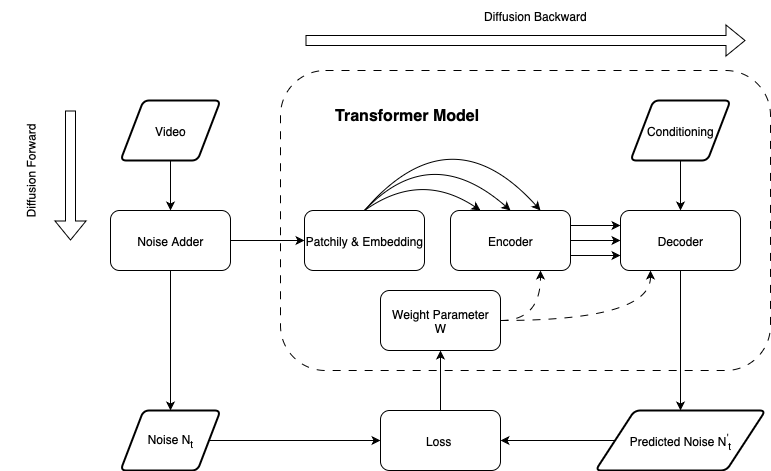
Earlier version of the draw.io export Assignments/Assignment_2/Images/Video_Generator.drawio.png (yzmyyds/NTU_EE6222). Source tidied: cells renumbered, new cells last; positions are measured from the earlier drawing's top-left corner, leaving out a move shared by most shapes. Source of this version:
```xml
<mxGraphModel>
  <root>
    <mxCell id="0" />
    <mxCell id="1" parent="0" />
    <mxCell id="2" style="rounded=1;whiteSpace=wrap;html=1;dashed=1;dashPattern=8 8;fillColor=none;" parent="1" vertex="1">
      <mxGeometry x="280" y="70" width="490" height="300" as="geometry" />
    </mxCell>
    <mxCell id="3" value="Patchily &amp;amp; Embedding" style="rounded=1;whiteSpace=wrap;html=1;" parent="1" vertex="1">
      <mxGeometry x="304" y="210" width="120" height="60" as="geometry" />
    </mxCell>
    <mxCell id="4" style="edgeStyle=orthogonalEdgeStyle;rounded=0;jettySize=auto;html=1;" parent="1" edge="1" source="5" target="8">
      <mxGeometry relative="1" as="geometry" />
    </mxCell>
    <mxCell id="5" value="Video" style="shape=parallelogram;html=1;strokeWidth=2;perimeter=parallelogramPerimeter;whiteSpace=wrap;rounded=1;arcSize=12;size=0.23;" parent="1" vertex="1">
      <mxGeometry x="120" y="100" width="100" height="60" as="geometry" />
    </mxCell>
    <mxCell id="6" style="edgeStyle=orthogonalEdgeStyle;rounded=0;jettySize=auto;html=1;" parent="1" edge="1" source="8" target="13">
      <mxGeometry relative="1" as="geometry" />
    </mxCell>
    <mxCell id="7" style="edgeStyle=entityRelationEdgeStyle;rounded=0;jettySize=auto;html=1;entryX=0;entryY=0.5;entryDx=0;entryDy=0;" parent="1" edge="1" source="8" target="3">
      <mxGeometry relative="1" as="geometry" />
    </mxCell>
    <mxCell id="8" value="Noise Adder" style="rounded=1;whiteSpace=wrap;html=1;" parent="1" vertex="1">
      <mxGeometry x="110" y="210" width="120" height="60" as="geometry" />
    </mxCell>
    <mxCell id="9" value="Encoder" style="rounded=1;whiteSpace=wrap;html=1;" parent="1" vertex="1">
      <mxGeometry x="450" y="210" width="120" height="60" as="geometry" />
    </mxCell>
    <mxCell id="10" style="edgeStyle=orthogonalEdgeStyle;rounded=0;jettySize=auto;html=1;" parent="1" edge="1" source="11" target="15">
      <mxGeometry relative="1" as="geometry" />
    </mxCell>
    <mxCell id="11" value="Decoder" style="rounded=1;whiteSpace=wrap;html=1;" parent="1" vertex="1">
      <mxGeometry x="620" y="210" width="120" height="60" as="geometry" />
    </mxCell>
    <mxCell id="12" style="edgeStyle=entityRelationEdgeStyle;rounded=0;jettySize=auto;html=1;entryX=0;entryY=0.5;entryDx=0;entryDy=0;" parent="1" edge="1" source="13" target="25">
      <mxGeometry relative="1" as="geometry" />
    </mxCell>
    <mxCell id="13" value="Noise N&lt;sub&gt;t&lt;/sub&gt;" style="shape=parallelogram;html=1;strokeWidth=2;perimeter=parallelogramPerimeter;whiteSpace=wrap;rounded=1;arcSize=12;size=0.23;" parent="1" vertex="1">
      <mxGeometry x="120" y="410" width="100" height="60" as="geometry" />
    </mxCell>
    <mxCell id="14" style="edgeStyle=entityRelationEdgeStyle;rounded=0;jettySize=auto;html=1;entryX=1;entryY=0.5;entryDx=0;entryDy=0;" parent="1" edge="1" source="15" target="25">
      <mxGeometry relative="1" as="geometry" />
    </mxCell>
    <mxCell id="15" value="Predicted Noise N&lt;sup&gt;'&lt;/sup&gt;&lt;sub&gt;t&lt;/sub&gt;" style="shape=parallelogram;html=1;strokeWidth=2;perimeter=parallelogramPerimeter;whiteSpace=wrap;rounded=1;arcSize=12;size=0.23;" parent="1" vertex="1">
      <mxGeometry x="595" y="410" width="170" height="60" as="geometry" />
    </mxCell>
    <mxCell id="16" style="curved=1;endArrow=classic;html=1;rounded=0;exitX=0.5;exitY=0;exitDx=0;exitDy=0;entryX=0.25;entryY=0;entryDx=0;entryDy=0;" parent="1" edge="1" source="3" target="9">
      <mxGeometry relative="1" as="geometry">
        <Array as="points">
          <mxPoint x="420" y="170" />
        </Array>
      </mxGeometry>
    </mxCell>
    <mxCell id="17" style="curved=1;endArrow=classic;html=1;rounded=0;exitX=0.5;exitY=0;exitDx=0;exitDy=0;entryX=0.5;entryY=0;entryDx=0;entryDy=0;" parent="1" edge="1" source="3" target="9">
      <mxGeometry relative="1" as="geometry">
        <Array as="points">
          <mxPoint x="430" y="140" />
        </Array>
      </mxGeometry>
    </mxCell>
    <mxCell id="18" style="curved=1;endArrow=classic;html=1;rounded=0;exitX=0.5;exitY=0;exitDx=0;exitDy=0;entryX=0.75;entryY=0;entryDx=0;entryDy=0;" parent="1" edge="1" source="3" target="9">
      <mxGeometry relative="1" as="geometry">
        <Array as="points">
          <mxPoint x="450" y="110" />
        </Array>
      </mxGeometry>
    </mxCell>
    <mxCell id="19" style="endArrow=classic;html=1;rounded=0;exitX=1;exitY=0.25;exitDx=0;exitDy=0;entryX=0;entryY=0.25;entryDx=0;entryDy=0;" parent="1" edge="1" source="9" target="11">
      <mxGeometry relative="1" as="geometry" />
    </mxCell>
    <mxCell id="20" style="endArrow=classic;html=1;rounded=0;exitX=1;exitY=0.5;exitDx=0;exitDy=0;entryX=0;entryY=0.5;entryDx=0;entryDy=0;" parent="1" edge="1" source="9" target="11">
      <mxGeometry relative="1" as="geometry" />
    </mxCell>
    <mxCell id="21" style="endArrow=classic;html=1;rounded=0;exitX=1;exitY=0.75;exitDx=0;exitDy=0;entryX=0;entryY=0.75;entryDx=0;entryDy=0;" parent="1" edge="1" source="9" target="11">
      <mxGeometry relative="1" as="geometry" />
    </mxCell>
    <mxCell id="22" style="edgeStyle=orthogonalEdgeStyle;rounded=0;jettySize=auto;html=1;" parent="1" edge="1" source="23" target="11">
      <mxGeometry relative="1" as="geometry" />
    </mxCell>
    <mxCell id="23" value="Conditioning" style="shape=parallelogram;html=1;strokeWidth=2;perimeter=parallelogramPerimeter;whiteSpace=wrap;rounded=1;arcSize=12;size=0.23;" parent="1" vertex="1">
      <mxGeometry x="630" y="100" width="100" height="60" as="geometry" />
    </mxCell>
    <mxCell id="24" style="edgeStyle=none;rounded=0;jettySize=auto;html=1;exitX=0.5;exitY=0;exitDx=0;exitDy=0;entryX=0.5;entryY=1;entryDx=0;entryDy=0;" parent="1" edge="1" source="25" target="29">
      <mxGeometry relative="1" as="geometry" />
    </mxCell>
    <mxCell id="25" value="Loss&amp;nbsp;" style="rounded=1;whiteSpace=wrap;html=1;" parent="1" vertex="1">
      <mxGeometry x="380" y="410" width="120" height="60" as="geometry" />
    </mxCell>
    <mxCell id="26" value="&lt;font style=&quot;font-size: 16px;&quot;&gt;&lt;b&gt;Transformer Model&amp;nbsp;&lt;/b&gt;&lt;/font&gt;" style="text;html=1;align=center;verticalAlign=middle;whiteSpace=wrap;rounded=0;" parent="1" vertex="1">
      <mxGeometry x="304" y="100" width="210" height="30" as="geometry" />
    </mxCell>
    <mxCell id="27" style="edgeStyle=orthogonalEdgeStyle;curved=1;rounded=0;jettySize=auto;html=1;exitX=1;exitY=0.5;exitDx=0;exitDy=0;entryX=0.75;entryY=1;entryDx=0;entryDy=0;dashed=1;dashPattern=8 8;" parent="1" edge="1" source="29" target="9">
      <mxGeometry relative="1" as="geometry" />
    </mxCell>
    <mxCell id="28" style="edgeStyle=orthogonalEdgeStyle;curved=1;rounded=0;jettySize=auto;html=1;exitX=1;exitY=0.5;exitDx=0;exitDy=0;entryX=0.25;entryY=1;entryDx=0;entryDy=0;dashed=1;dashPattern=8 8;" parent="1" edge="1" source="29" target="11">
      <mxGeometry relative="1" as="geometry" />
    </mxCell>
    <mxCell id="29" value="Weight Parameter&lt;div&gt;W&lt;/div&gt;" style="rounded=1;whiteSpace=wrap;html=1;" parent="1" vertex="1">
      <mxGeometry x="380" y="290" width="120" height="60" as="geometry" />
    </mxCell>
    <mxCell id="30" style="shape=flexArrow;endArrow=classic;html=1;rounded=0;" parent="1" edge="1">
      <mxGeometry relative="1" as="geometry">
        <mxPoint x="70" y="110" as="sourcePoint" />
        <mxPoint x="70" y="240" as="targetPoint" />
      </mxGeometry>
    </mxCell>
    <mxCell id="31" style="shape=flexArrow;endArrow=classic;html=1;rounded=0;" parent="1" edge="1">
      <mxGeometry relative="1" as="geometry">
        <mxPoint x="305" y="40" as="sourcePoint" />
        <mxPoint x="745" y="40" as="targetPoint" />
      </mxGeometry>
    </mxCell>
    <mxCell id="32" value="Diffusion Backward" style="text;html=1;align=center;verticalAlign=middle;whiteSpace=wrap;rounded=0;" parent="1" vertex="1">
      <mxGeometry x="470" width="130" height="30" as="geometry" />
    </mxCell>
    <mxCell id="33" value="Diffusion Forward" style="text;html=1;align=center;verticalAlign=middle;whiteSpace=wrap;rounded=0;horizontal=0;" parent="1" vertex="1">
      <mxGeometry y="100" width="60" height="140" as="geometry" />
    </mxCell>
  </root>
</mxGraphModel>
```
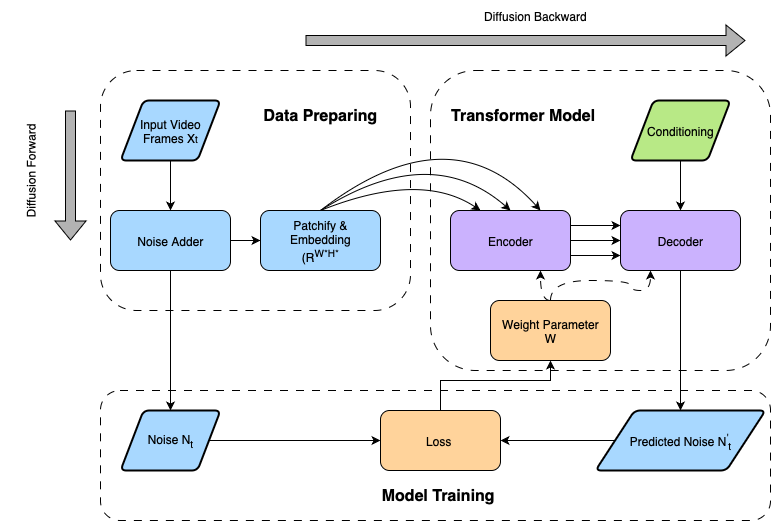
After the change.

Change to the diagram source:
```diff
@@ -2,16 +2,22 @@
   <root>
     <mxCell id="0" />
     <mxCell id="1" parent="0" />
+    <mxCell id="34" style="rounded=1;whiteSpace=wrap;html=1;dashed=1;dashPattern=8 8;fillColor=none;" parent="1" vertex="1">
+      <mxGeometry x="100" y="390" width="670" height="130" as="geometry" />
+    </mxCell>
+    <mxCell id="35" style="rounded=1;whiteSpace=wrap;html=1;labelBackgroundColor=none;fillColor=none;dashed=1;dashPattern=8 8;" parent="1" vertex="1">
+      <mxGeometry x="100" y="70" width="310" height="240" as="geometry" />
+    </mxCell>
     <mxCell id="2" style="rounded=1;whiteSpace=wrap;html=1;dashed=1;dashPattern=8 8;fillColor=none;" parent="1" vertex="1">
-      <mxGeometry x="280" y="70" width="490" height="300" as="geometry" />
+      <mxGeometry x="430" y="70" width="340" height="300" as="geometry" />
     </mxCell>
-    <mxCell id="3" value="Patchily &amp;amp; Embedding" style="rounded=1;whiteSpace=wrap;html=1;" parent="1" vertex="1">
-      <mxGeometry x="304" y="210" width="120" height="60" as="geometry" />
+    <mxCell id="3" value="Patchify &amp;amp; Embedding&lt;div&gt;(R&lt;sup&gt;W*H*&lt;/sup&gt;&lt;/div&gt;" style="rounded=1;whiteSpace=wrap;html=1;fillColor=#A8D8FF;" parent="1" vertex="1">
+      <mxGeometry x="260" y="210" width="120" height="60" as="geometry" />
     </mxCell>
     <mxCell id="4" style="edgeStyle=orthogonalEdgeStyle;rounded=0;jettySize=auto;html=1;" parent="1" edge="1" source="5" target="8">
       <mxGeometry relative="1" as="geometry" />
     </mxCell>
-    <mxCell id="5" value="Video" style="shape=parallelogram;html=1;strokeWidth=2;perimeter=parallelogramPerimeter;whiteSpace=wrap;rounded=1;arcSize=12;size=0.23;" parent="1" vertex="1">
+    <mxCell id="5" value="&lt;p class=&quot;p1&quot; style=&quot;&quot;&gt;Input Video Frames&amp;nbsp;&lt;span class=&quot;s1&quot;&gt;X&lt;font size=&quot;1&quot;&gt;t&lt;/font&gt;&lt;/span&gt;&lt;/p&gt;" style="shape=parallelogram;html=1;strokeWidth=2;perimeter=parallelogramPerimeter;whiteSpace=wrap;rounded=1;arcSize=12;size=0.23;align=center;fillColor=#A8D8FF;" parent="1" vertex="1">
       <mxGeometry x="120" y="100" width="100" height="60" as="geometry" />
     </mxCell>
     <mxCell id="6" style="edgeStyle=orthogonalEdgeStyle;rounded=0;jettySize=auto;html=1;" parent="1" edge="1" source="8" target="13">
@@ -20,28 +26,28 @@
     <mxCell id="7" style="edgeStyle=entityRelationEdgeStyle;rounded=0;jettySize=auto;html=1;entryX=0;entryY=0.5;entryDx=0;entryDy=0;" parent="1" edge="1" source="8" target="3">
       <mxGeometry relative="1" as="geometry" />
     </mxCell>
-    <mxCell id="8" value="Noise Adder" style="rounded=1;whiteSpace=wrap;html=1;" parent="1" vertex="1">
+    <mxCell id="8" value="Noise Adder" style="rounded=1;whiteSpace=wrap;html=1;fillColor=#A8D8FF;" parent="1" vertex="1">
       <mxGeometry x="110" y="210" width="120" height="60" as="geometry" />
     </mxCell>
-    <mxCell id="9" value="Encoder" style="rounded=1;whiteSpace=wrap;html=1;" parent="1" vertex="1">
+    <mxCell id="9" value="Encoder" style="rounded=1;whiteSpace=wrap;html=1;fillColor=#CBB2FE;" parent="1" vertex="1">
       <mxGeometry x="450" y="210" width="120" height="60" as="geometry" />
     </mxCell>
     <mxCell id="10" style="edgeStyle=orthogonalEdgeStyle;rounded=0;jettySize=auto;html=1;" parent="1" edge="1" source="11" target="15">
       <mxGeometry relative="1" as="geometry" />
     </mxCell>
-    <mxCell id="11" value="Decoder" style="rounded=1;whiteSpace=wrap;html=1;" parent="1" vertex="1">
+    <mxCell id="11" value="Decoder" style="rounded=1;whiteSpace=wrap;html=1;fillColor=#CBB2FE;" parent="1" vertex="1">
       <mxGeometry x="620" y="210" width="120" height="60" as="geometry" />
     </mxCell>
     <mxCell id="12" style="edgeStyle=entityRelationEdgeStyle;rounded=0;jettySize=auto;html=1;entryX=0;entryY=0.5;entryDx=0;entryDy=0;" parent="1" edge="1" source="13" target="25">
       <mxGeometry relative="1" as="geometry" />
     </mxCell>
-    <mxCell id="13" value="Noise N&lt;sub&gt;t&lt;/sub&gt;" style="shape=parallelogram;html=1;strokeWidth=2;perimeter=parallelogramPerimeter;whiteSpace=wrap;rounded=1;arcSize=12;size=0.23;" parent="1" vertex="1">
+    <mxCell id="13" value="Noise N&lt;sub&gt;t&lt;/sub&gt;" style="shape=parallelogram;html=1;strokeWidth=2;perimeter=parallelogramPerimeter;whiteSpace=wrap;rounded=1;arcSize=12;size=0.23;fillColor=#A8D8FF;" parent="1" vertex="1">
       <mxGeometry x="120" y="410" width="100" height="60" as="geometry" />
     </mxCell>
     <mxCell id="14" style="edgeStyle=entityRelationEdgeStyle;rounded=0;jettySize=auto;html=1;entryX=1;entryY=0.5;entryDx=0;entryDy=0;" parent="1" edge="1" source="15" target="25">
       <mxGeometry relative="1" as="geometry" />
     </mxCell>
-    <mxCell id="15" value="Predicted Noise N&lt;sup&gt;'&lt;/sup&gt;&lt;sub&gt;t&lt;/sub&gt;" style="shape=parallelogram;html=1;strokeWidth=2;perimeter=parallelogramPerimeter;whiteSpace=wrap;rounded=1;arcSize=12;size=0.23;" parent="1" vertex="1">
+    <mxCell id="15" value="Predicted Noise N&lt;sup&gt;'&lt;/sup&gt;&lt;sub&gt;t&lt;/sub&gt;" style="shape=parallelogram;html=1;strokeWidth=2;perimeter=parallelogramPerimeter;whiteSpace=wrap;rounded=1;arcSize=12;size=0.23;fillColor=#A8D8FF;" parent="1" vertex="1">
       <mxGeometry x="595" y="410" width="170" height="60" as="geometry" />
     </mxCell>
     <mxCell id="16" style="curved=1;endArrow=classic;html=1;rounded=0;exitX=0.5;exitY=0;exitDx=0;exitDy=0;entryX=0.25;entryY=0;entryDx=0;entryDy=0;" parent="1" edge="1" source="3" target="9">
@@ -77,34 +83,39 @@
     <mxCell id="22" style="edgeStyle=orthogonalEdgeStyle;rounded=0;jettySize=auto;html=1;" parent="1" edge="1" source="23" target="11">
       <mxGeometry relative="1" as="geometry" />
     </mxCell>
-    <mxCell id="23" value="Conditioning" style="shape=parallelogram;html=1;strokeWidth=2;perimeter=parallelogramPerimeter;whiteSpace=wrap;rounded=1;arcSize=12;size=0.23;" parent="1" vertex="1">
+    <mxCell id="23" value="Conditioning" style="shape=parallelogram;html=1;strokeWidth=2;perimeter=parallelogramPerimeter;whiteSpace=wrap;rounded=1;arcSize=12;size=0.23;fillColor=#B8E986;" parent="1" vertex="1">
       <mxGeometry x="630" y="100" width="100" height="60" as="geometry" />
     </mxCell>
-    <mxCell id="24" style="edgeStyle=none;rounded=0;jettySize=auto;html=1;exitX=0.5;exitY=0;exitDx=0;exitDy=0;entryX=0.5;entryY=1;entryDx=0;entryDy=0;" parent="1" edge="1" source="25" target="29">
-      <mxGeometry relative="1" as="geometry" />
+    <mxCell id="24" style="edgeStyle=orthogonalEdgeStyle;rounded=0;jettySize=auto;html=1;exitX=0.5;exitY=0;exitDx=0;exitDy=0;entryX=0.5;entryY=1;entryDx=0;entryDy=0;" parent="1" edge="1" source="25" target="29">
+      <mxGeometry relative="1" as="geometry">
+        <Array as="points">
+          <mxPoint x="440" y="380" />
+          <mxPoint x="550" y="380" />
+        </Array>
+      </mxGeometry>
     </mxCell>
-    <mxCell id="25" value="Loss&amp;nbsp;" style="rounded=1;whiteSpace=wrap;html=1;" parent="1" vertex="1">
+    <mxCell id="25" value="Loss&amp;nbsp;" style="rounded=1;whiteSpace=wrap;html=1;fillColor=#FFD39B;" parent="1" vertex="1">
       <mxGeometry x="380" y="410" width="120" height="60" as="geometry" />
     </mxCell>
     <mxCell id="26" value="&lt;font style=&quot;font-size: 16px;&quot;&gt;&lt;b&gt;Transformer Model&amp;nbsp;&lt;/b&gt;&lt;/font&gt;" style="text;html=1;align=center;verticalAlign=middle;whiteSpace=wrap;rounded=0;" parent="1" vertex="1">
-      <mxGeometry x="304" y="100" width="210" height="30" as="geometry" />
+      <mxGeometry x="420" y="100" width="210" height="30" as="geometry" />
     </mxCell>
-    <mxCell id="27" style="edgeStyle=orthogonalEdgeStyle;curved=1;rounded=0;jettySize=auto;html=1;exitX=1;exitY=0.5;exitDx=0;exitDy=0;entryX=0.75;entryY=1;entryDx=0;entryDy=0;dashed=1;dashPattern=8 8;" parent="1" edge="1" source="29" target="9">
+    <mxCell id="27" style="edgeStyle=orthogonalEdgeStyle;curved=1;rounded=0;jettySize=auto;html=1;exitX=0.5;exitY=0;exitDx=0;exitDy=0;entryX=0.75;entryY=1;entryDx=0;entryDy=0;dashed=1;dashPattern=8 8;" parent="1" edge="1" source="29" target="9">
       <mxGeometry relative="1" as="geometry" />
     </mxCell>
-    <mxCell id="28" style="edgeStyle=orthogonalEdgeStyle;curved=1;rounded=0;jettySize=auto;html=1;exitX=1;exitY=0.5;exitDx=0;exitDy=0;entryX=0.25;entryY=1;entryDx=0;entryDy=0;dashed=1;dashPattern=8 8;" parent="1" edge="1" source="29" target="11">
+    <mxCell id="28" style="edgeStyle=orthogonalEdgeStyle;curved=1;rounded=0;jettySize=auto;html=1;exitX=0.5;exitY=0;exitDx=0;exitDy=0;entryX=0.25;entryY=1;entryDx=0;entryDy=0;dashed=1;dashPattern=8 8;" parent="1" edge="1" source="29" target="11">
       <mxGeometry relative="1" as="geometry" />
     </mxCell>
-    <mxCell id="29" value="Weight Parameter&lt;div&gt;W&lt;/div&gt;" style="rounded=1;whiteSpace=wrap;html=1;" parent="1" vertex="1">
-      <mxGeometry x="380" y="290" width="120" height="60" as="geometry" />
+    <mxCell id="29" value="Weight Parameter&lt;div&gt;W&lt;/div&gt;" style="rounded=1;whiteSpace=wrap;html=1;fillColor=#FFD39B;" parent="1" vertex="1">
+      <mxGeometry x="490" y="300" width="120" height="60" as="geometry" />
     </mxCell>
-    <mxCell id="30" style="shape=flexArrow;endArrow=classic;html=1;rounded=0;" parent="1" edge="1">
+    <mxCell id="30" style="shape=flexArrow;endArrow=classic;html=1;rounded=0;fillColor=#B3B3B3;" parent="1" edge="1">
       <mxGeometry relative="1" as="geometry">
         <mxPoint x="70" y="110" as="sourcePoint" />
         <mxPoint x="70" y="240" as="targetPoint" />
       </mxGeometry>
     </mxCell>
-    <mxCell id="31" style="shape=flexArrow;endArrow=classic;html=1;rounded=0;" parent="1" edge="1">
+    <mxCell id="31" style="shape=flexArrow;endArrow=classic;html=1;rounded=0;fillColor=light-dark(#B3B3B3,#211951);" parent="1" edge="1">
       <mxGeometry relative="1" as="geometry">
         <mxPoint x="305" y="40" as="sourcePoint" />
         <mxPoint x="745" y="40" as="targetPoint" />
@@ -116,5 +127,11 @@
     <mxCell id="33" value="Diffusion Forward" style="text;html=1;align=center;verticalAlign=middle;whiteSpace=wrap;rounded=0;horizontal=0;" parent="1" vertex="1">
       <mxGeometry y="100" width="60" height="140" as="geometry" />
     </mxCell>
+    <mxCell id="36" value="&lt;font style=&quot;font-size: 16px;&quot;&gt;&lt;b&gt;Data Preparing&lt;/b&gt;&lt;/font&gt;" style="text;html=1;align=center;verticalAlign=middle;whiteSpace=wrap;rounded=0;" parent="1" vertex="1">
+      <mxGeometry x="215" y="100" width="210" height="30" as="geometry" />
+    </mxCell>
+    <mxCell id="37" value="&lt;font style=&quot;font-size: 16px;&quot;&gt;&lt;b&gt;Model Training&amp;nbsp;&lt;/b&gt;&lt;/font&gt;" style="text;html=1;align=center;verticalAlign=middle;whiteSpace=wrap;rounded=0;" parent="1" vertex="1">
+      <mxGeometry x="335" y="480" width="210" height="30" as="geometry" />
+    </mxCell>
   </root>
 </mxGraphModel>
```
